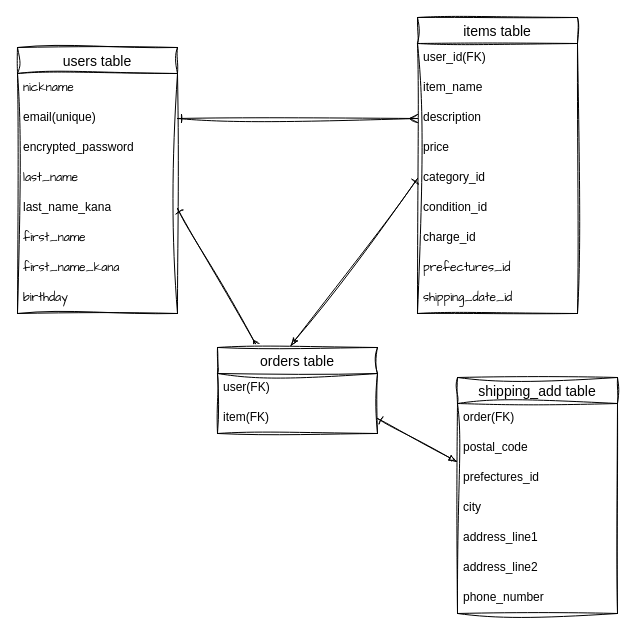
daichi1997/furima-41353 keeps this draw.io diagram as databaseER.dio. Above is the earlier version. Source tidied: cells renumbered, new cells numbered last; positions are measured from the earlier drawing's top-left corner, leaving out a move shared by most shapes. Both pictures are drawn from the tidied source at 100%, with x=0, y=0 at pixel (17, 17).
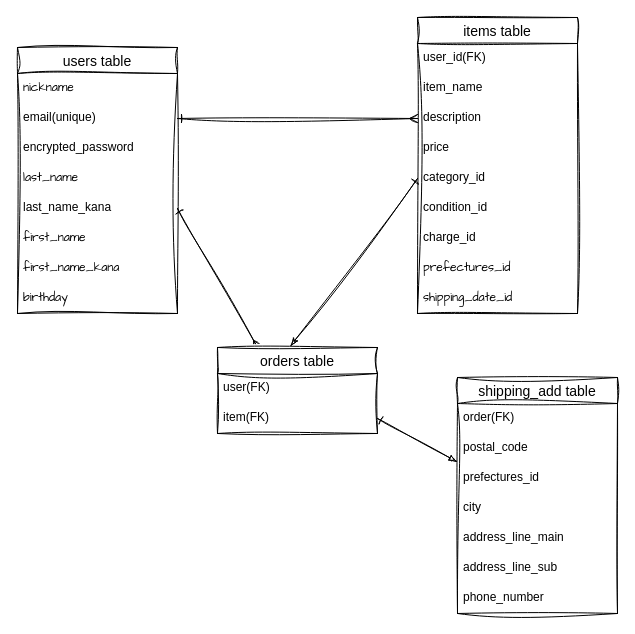
The same diagram, later.

Commit message (it also covers changes not shown here):
住所表記変更

The change refers to these unchanged cells:
```xml
<mxCell id="2" value="shipping_add table" style="swimlane;fontStyle=0;horizontal=1;startSize=26;align=center;fontSize=14;sketch=1;curveFitting=1;jiggle=2;" parent="1" vertex="1">
  <mxGeometry x="440" y="360" width="160" height="236" as="geometry" />
</mxCell>
```

Diff of the diagram source:
```diff
@@
-    <mxCell id="7" value="address_line1" style="text;strokeColor=none;fillColor=none;spacingLeft=4;spacingRight=4;overflow=hidden;fontSize=12;sketch=1;curveFitting=1;jiggle=2;" parent="2" vertex="1">
+    <mxCell id="7" value="address_line_main" style="text;strokeColor=none;fillColor=none;spacingLeft=4;spacingRight=4;overflow=hidden;fontSize=12;sketch=1;curveFitting=1;jiggle=2;" parent="2" vertex="1">
       <mxGeometry y="146" width="160" height="30" as="geometry" />
     </mxCell>
-    <mxCell id="8" value="address_line2" style="text;strokeColor=none;fillColor=none;spacingLeft=4;spacingRight=4;overflow=hidden;fontSize=12;sketch=1;curveFitting=1;jiggle=2;" parent="2" vertex="1">
+    <mxCell id="8" value="address_line_sub" style="text;strokeColor=none;fillColor=none;spacingLeft=4;spacingRight=4;overflow=hidden;fontSize=12;sketch=1;curveFitting=1;jiggle=2;" parent="2" vertex="1">
       <mxGeometry y="176" width="160" height="30" as="geometry" />
     </mxCell>
```
